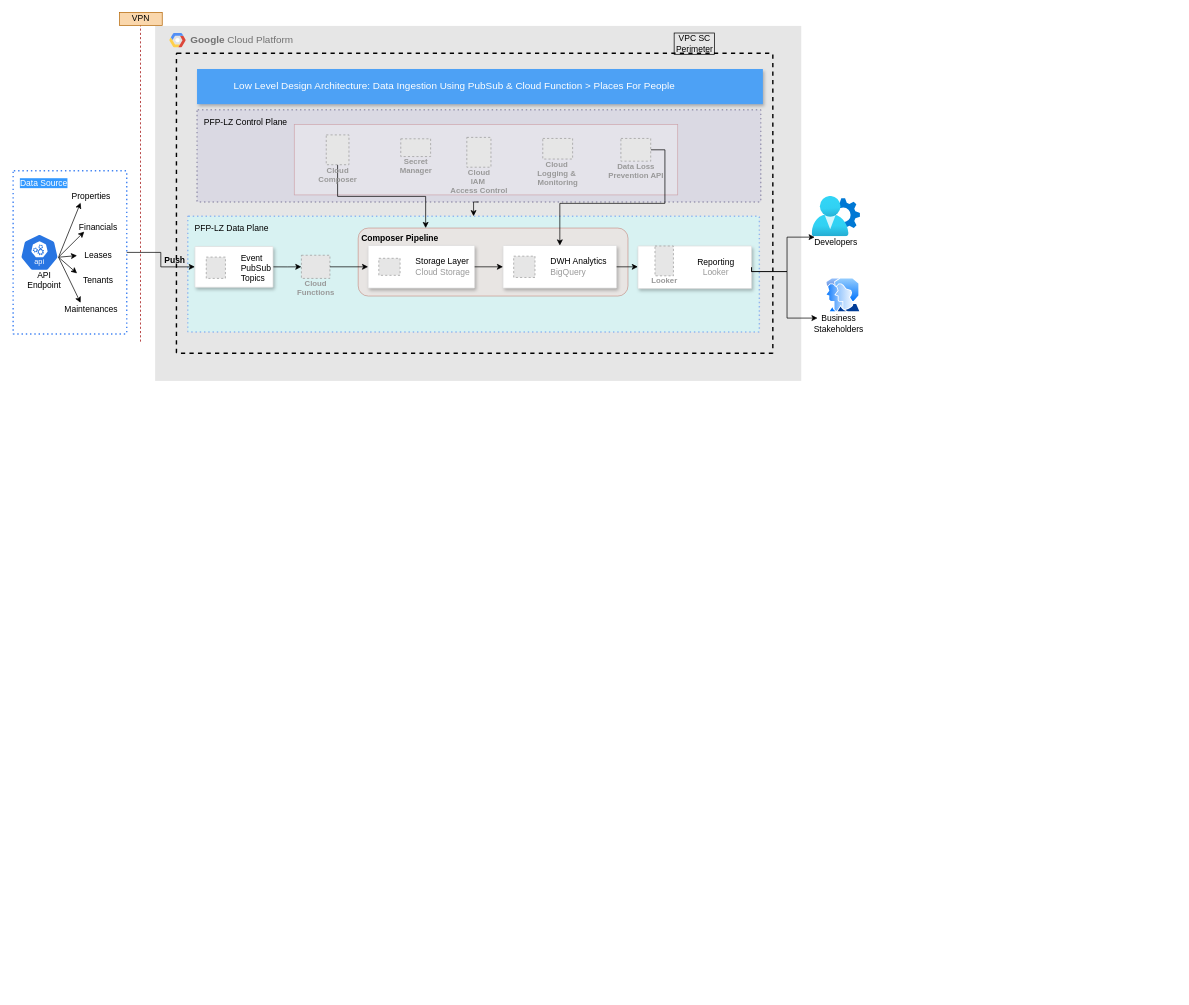
Above: PFP-Sample/PFP-Access-Control.drawio in harshaldharme/ProjectSpaces (draw.io), before the change. Source tidied: cells renumbered, new cells numbered last; positions are measured from the earlier drawing's top-left corner, leaving out a move shared by most shapes. Both pictures are drawn from the tidied source at 71%, with x=0, y=0 at pixel (13, 12). Pictures stored in the file or linked from it are replaced by grey dashed boxes.
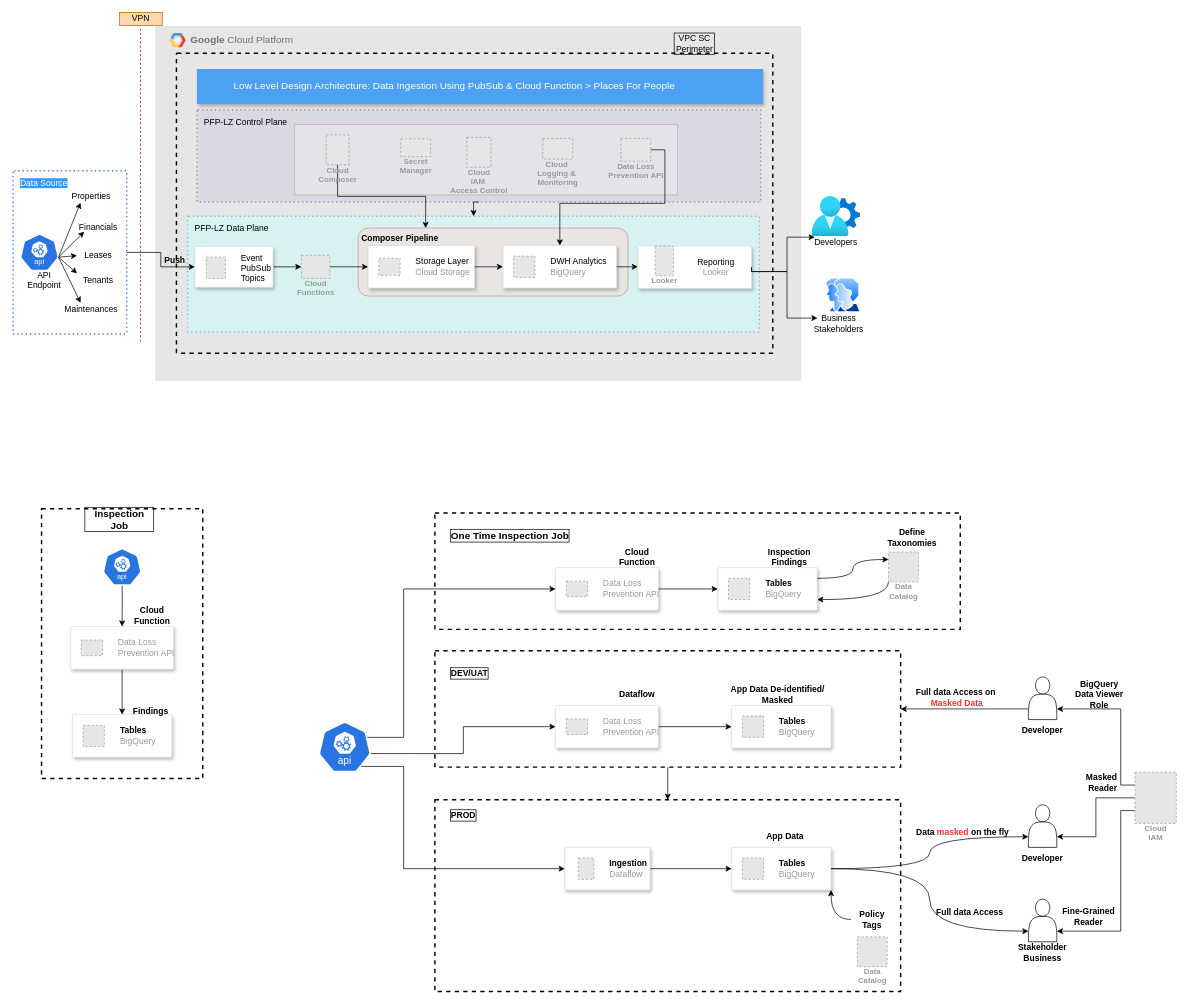
The same diagram, later.

The edit, as a diff of the source:
```diff
@@
+    <mxCell id="60" style="rounded=0;fillColor=none;strokeColor=#000000;dashed=1;perimeterSpacing=0;labelBorderColor=none;html=1;verticalAlign=top;strokeWidth=2;" parent="1" vertex="1">
+      <mxGeometry x="594" y="705" width="740" height="164" as="geometry" />
+    </mxCell>
+    <mxCell id="61" style="rounded=0;fillColor=none;strokeColor=#000000;dashed=1;perimeterSpacing=0;labelBorderColor=none;html=1;verticalAlign=top;strokeWidth=2;" parent="1" vertex="1">
+      <mxGeometry x="40" y="699" width="227.1" height="380" as="geometry" />
+    </mxCell>
@@
+    <mxCell id="62" style="edgeStyle=orthogonalEdgeStyle;rounded=0;jettySize=auto;html=1;exitX=0.5;exitY=1;exitDx=0;exitDy=0;exitPerimeter=0;entryX=0.5;entryY=0;entryDx=0;entryDy=0;" parent="1" edge="1" source="63" target="65">
+      <mxGeometry relative="1" as="geometry" />
+    </mxCell>
+    <mxCell id="63" style="sketch=0;html=1;dashed=0;whitespace=wrap;verticalLabelPosition=bottom;verticalAlign=top;fillColor=#2875E2;strokeColor=#ffffff;points=[[0.005,0.63,0],[0.1,0.2,0],[0.9,0.2,0],[0.5,0,0],[0.995,0.63,0],[0.72,0.99,0],[0.5,1,0],[0.28,0.99,0]];shape=mxgraph.kubernetes.icon2;kubernetesLabel=1;prIcon=api;" parent="1" vertex="1">
+      <mxGeometry x="126.5" y="755" width="54.2" height="52" as="geometry" />
+    </mxCell>
+    <mxCell id="64" style="edgeStyle=orthogonalEdgeStyle;rounded=0;jettySize=auto;html=1;exitX=0.5;exitY=1;exitDx=0;exitDy=0;entryX=0.5;entryY=0;entryDx=0;entryDy=0;" parent="1" edge="1" source="65" target="67">
+      <mxGeometry relative="1" as="geometry" />
+    </mxCell>
+    <mxCell id="65" style="strokeColor=#dddddd;shadow=1;strokeWidth=1;rounded=1;absoluteArcSize=1;arcSize=2;" parent="1" vertex="1">
+      <mxGeometry x="81" y="865" width="145" height="60" as="geometry" />
+    </mxCell>
+    <mxCell id="66" value="Data Loss&#10;Prevention API" style="fillColor=#E6E6E6;strokeColor=#999999;dashed=1;html=1;fontColor=#999999;verticalLabelPosition=middle;verticalAlign=middle;labelPosition=right;align=left;spacingLeft=20;" parent="65" vertex="1">
+      <mxGeometry width="30" height="22" relative="1" as="geometry">
+        <mxPoint x="15" y="19" as="offset" />
+      </mxGeometry>
+    </mxCell>
+    <mxCell id="67" style="strokeColor=#dddddd;shadow=1;strokeWidth=1;rounded=1;absoluteArcSize=1;arcSize=2;" parent="1" vertex="1">
+      <mxGeometry x="83.5" y="989" width="140" height="60" as="geometry" />
+    </mxCell>
+    <mxCell id="68" value="&lt;div&gt;&lt;font color=&quot;#000000&quot;&gt;&lt;b&gt;Tables&lt;/b&gt;&lt;/font&gt;&lt;br&gt;BigQuery&lt;/div&gt;" style="fillColor=#E6E6E6;strokeColor=#999999;dashed=1;html=1;fontColor=#999999;verticalLabelPosition=middle;verticalAlign=middle;labelPosition=right;align=left;spacingLeft=20;" parent="67" vertex="1">
+      <mxGeometry width="30" height="30" relative="1" as="geometry">
+        <mxPoint x="15" y="15" as="offset" />
+      </mxGeometry>
+    </mxCell>
+    <mxCell id="69" value="&lt;b&gt;Cloud Function&lt;/b&gt;" style="text;html=1;align=center;verticalAlign=middle;whiteSpace=wrap;rounded=0;" parent="1" vertex="1">
+      <mxGeometry x="166" y="835" width="60" height="30" as="geometry" />
+    </mxCell>
+    <mxCell id="70" value="&lt;b&gt;&lt;font style=&quot;font-size: 14px;&quot;&gt;Inspection Job&lt;/font&gt;&lt;/b&gt;" style="text;html=1;align=center;verticalAlign=middle;whiteSpace=wrap;rounded=0;labelBorderColor=default;" parent="1" vertex="1">
+      <mxGeometry x="100" y="699" width="100" height="30" as="geometry" />
+    </mxCell>
+    <mxCell id="71" value="&lt;b&gt;Findings&lt;/b&gt;" style="text;html=1;align=center;verticalAlign=middle;whiteSpace=wrap;rounded=0;" parent="1" vertex="1">
+      <mxGeometry x="164" y="969" width="60" height="30" as="geometry" />
+    </mxCell>
+    <mxCell id="72" value="&lt;b&gt;&lt;font style=&quot;font-size: 14px;&quot;&gt;One Time Inspection Job&lt;/font&gt;&lt;/b&gt;" style="text;html=1;align=left;verticalAlign=middle;whiteSpace=wrap;rounded=0;labelBorderColor=default;" parent="1" vertex="1">
+      <mxGeometry x="614" y="722" width="210" height="30" as="geometry" />
+    </mxCell>
+    <mxCell id="73" style="group;" parent="1" vertex="1">
+      <mxGeometry x="764" y="752" width="145" height="90" as="geometry" />
+    </mxCell>
+    <mxCell id="74" style="strokeColor=#dddddd;shadow=1;strokeWidth=1;rounded=1;absoluteArcSize=1;arcSize=2;" parent="73" vertex="1">
+      <mxGeometry y="30" width="145" height="60" as="geometry" />
+    </mxCell>
+    <mxCell id="75" value="Data Loss&#10;Prevention API" style="fillColor=#E6E6E6;strokeColor=#999999;dashed=1;html=1;fontColor=#999999;verticalLabelPosition=middle;verticalAlign=middle;labelPosition=right;align=left;spacingLeft=20;" parent="74" vertex="1">
+      <mxGeometry width="30" height="22" relative="1" as="geometry">
+        <mxPoint x="15" y="19" as="offset" />
+      </mxGeometry>
+    </mxCell>
+    <mxCell id="76" value="&lt;b&gt;Cloud Function&lt;/b&gt;" style="text;html=1;align=center;verticalAlign=middle;whiteSpace=wrap;rounded=0;" parent="73" vertex="1">
+      <mxGeometry x="85" width="60" height="30" as="geometry" />
+    </mxCell>
+    <mxCell id="77" style="group;" parent="1" vertex="1">
+      <mxGeometry x="992.5" y="762" width="140.5" height="80" as="geometry" />
+    </mxCell>
+    <mxCell id="78" style="strokeColor=#dddddd;shadow=1;strokeWidth=1;rounded=1;absoluteArcSize=1;arcSize=2;" parent="77" vertex="1">
+      <mxGeometry y="20" width="140" height="60" as="geometry" />
+    </mxCell>
+    <mxCell id="79" value="&lt;div&gt;&lt;font color=&quot;#000000&quot;&gt;&lt;b&gt;Tables&lt;/b&gt;&lt;/font&gt;&lt;br&gt;BigQuery&lt;/div&gt;" style="fillColor=#E6E6E6;strokeColor=#999999;dashed=1;html=1;fontColor=#999999;verticalLabelPosition=middle;verticalAlign=middle;labelPosition=right;align=left;spacingLeft=20;" parent="78" vertex="1">
+      <mxGeometry width="30" height="30" relative="1" as="geometry">
+        <mxPoint x="15" y="15" as="offset" />
+      </mxGeometry>
+    </mxCell>
+    <mxCell id="80" value="&lt;b&gt;Inspection Findings&lt;/b&gt;" style="text;html=1;align=center;verticalAlign=middle;whiteSpace=wrap;rounded=0;" parent="77" vertex="1">
+      <mxGeometry x="60" y="-10" width="80.5" height="30" as="geometry" />
+    </mxCell>
+    <mxCell id="81" style="edgeStyle=orthogonalEdgeStyle;rounded=0;jettySize=auto;html=1;exitX=1;exitY=0.5;exitDx=0;exitDy=0;entryX=0;entryY=0.5;entryDx=0;entryDy=0;" parent="1" edge="1" source="74" target="78">
+      <mxGeometry relative="1" as="geometry" />
+    </mxCell>
+    <mxCell id="82" style="edgeStyle=orthogonalEdgeStyle;rounded=0;jettySize=auto;html=1;exitX=0.5;exitY=1;exitDx=0;exitDy=0;entryX=0.5;entryY=0;entryDx=0;entryDy=0;" parent="1" edge="1" source="83" target="94">
+      <mxGeometry relative="1" as="geometry" />
+    </mxCell>
+    <mxCell id="83" style="rounded=0;fillColor=none;strokeColor=#000000;dashed=1;perimeterSpacing=0;labelBorderColor=none;html=1;verticalAlign=top;strokeWidth=2;" parent="1" vertex="1">
+      <mxGeometry x="594" y="899" width="656" height="164" as="geometry" />
+    </mxCell>
+    <mxCell id="84" value="&lt;b&gt;DEV/UAT&lt;/b&gt;" style="text;html=1;align=left;verticalAlign=middle;whiteSpace=wrap;rounded=0;labelBorderColor=default;" parent="1" vertex="1">
+      <mxGeometry x="614" y="916" width="210" height="30" as="geometry" />
+    </mxCell>
+    <mxCell id="85" style="group;" parent="1" vertex="1">
+      <mxGeometry x="764" y="946" width="145" height="90" as="geometry" />
+    </mxCell>
+    <mxCell id="86" style="strokeColor=#dddddd;shadow=1;strokeWidth=1;rounded=1;absoluteArcSize=1;arcSize=2;" parent="85" vertex="1">
+      <mxGeometry y="30" width="145" height="60" as="geometry" />
+    </mxCell>
+    <mxCell id="87" value="Data Loss&#10;Prevention API" style="fillColor=#E6E6E6;strokeColor=#999999;dashed=1;html=1;fontColor=#999999;verticalLabelPosition=middle;verticalAlign=middle;labelPosition=right;align=left;spacingLeft=20;" parent="86" vertex="1">
+      <mxGeometry width="30" height="22" relative="1" as="geometry">
+        <mxPoint x="15" y="19" as="offset" />
+      </mxGeometry>
+    </mxCell>
+    <mxCell id="88" value="&lt;b&gt;Dataflow&lt;/b&gt;" style="text;html=1;align=center;verticalAlign=middle;whiteSpace=wrap;rounded=0;" parent="85" vertex="1">
+      <mxGeometry x="85" width="60" height="30" as="geometry" />
+    </mxCell>
+    <mxCell id="89" style="group;" parent="1" vertex="1">
+      <mxGeometry x="1012" y="956" width="140.5" height="80" as="geometry" />
+    </mxCell>
+    <mxCell id="90" style="strokeColor=#dddddd;shadow=1;strokeWidth=1;rounded=1;absoluteArcSize=1;arcSize=2;" parent="89" vertex="1">
+      <mxGeometry y="20" width="140" height="60" as="geometry" />
+    </mxCell>
+    <mxCell id="91" value="&lt;div&gt;&lt;font color=&quot;#000000&quot;&gt;&lt;b&gt;Tables&lt;/b&gt;&lt;/font&gt;&lt;br&gt;BigQuery&lt;/div&gt;" style="fillColor=#E6E6E6;strokeColor=#999999;dashed=1;html=1;fontColor=#999999;verticalLabelPosition=middle;verticalAlign=middle;labelPosition=right;align=left;spacingLeft=20;" parent="90" vertex="1">
+      <mxGeometry width="30" height="30" relative="1" as="geometry">
+        <mxPoint x="15" y="15" as="offset" />
+      </mxGeometry>
+    </mxCell>
+    <mxCell id="92" value="&lt;b&gt;App Data De-identified/ Masked&lt;/b&gt;" style="text;html=1;align=center;verticalAlign=middle;whiteSpace=wrap;rounded=0;" parent="89" vertex="1">
+      <mxGeometry x="-10" y="-10" width="150" height="30" as="geometry" />
+    </mxCell>
+    <mxCell id="93" style="edgeStyle=orthogonalEdgeStyle;rounded=0;jettySize=auto;html=1;exitX=1;exitY=0.5;exitDx=0;exitDy=0;entryX=0;entryY=0.5;entryDx=0;entryDy=0;" parent="1" edge="1" source="86" target="90">
+      <mxGeometry relative="1" as="geometry" />
+    </mxCell>
+    <mxCell id="94" style="rounded=0;fillColor=none;strokeColor=#000000;dashed=1;perimeterSpacing=0;labelBorderColor=none;html=1;verticalAlign=top;strokeWidth=2;" parent="1" vertex="1">
+      <mxGeometry x="594" y="1109" width="656" height="270" as="geometry" />
+    </mxCell>
+    <mxCell id="95" value="&lt;b&gt;PROD&lt;/b&gt;" style="text;html=1;align=left;verticalAlign=middle;whiteSpace=wrap;rounded=0;labelBorderColor=default;" parent="1" vertex="1">
+      <mxGeometry x="614" y="1116" width="210" height="30" as="geometry" />
+    </mxCell>
+    <mxCell id="96" style="group;" parent="1" vertex="1">
+      <mxGeometry x="1012" y="1156" width="140.5" height="80" as="geometry" />
+    </mxCell>
+    <mxCell id="97" style="strokeColor=#dddddd;shadow=1;strokeWidth=1;rounded=1;absoluteArcSize=1;arcSize=2;" parent="96" vertex="1">
+      <mxGeometry y="20" width="140" height="60" as="geometry" />
+    </mxCell>
+    <mxCell id="98" value="&lt;div&gt;&lt;font color=&quot;#000000&quot;&gt;&lt;b&gt;Tables&lt;/b&gt;&lt;/font&gt;&lt;br&gt;BigQuery&lt;/div&gt;" style="fillColor=#E6E6E6;strokeColor=#999999;dashed=1;html=1;fontColor=#999999;verticalLabelPosition=middle;verticalAlign=middle;labelPosition=right;align=left;spacingLeft=20;" parent="97" vertex="1">
+      <mxGeometry width="30" height="30" relative="1" as="geometry">
+        <mxPoint x="15" y="15" as="offset" />
+      </mxGeometry>
+    </mxCell>
+    <mxCell id="99" value="&lt;b&gt;App Data&lt;/b&gt;" style="text;html=1;align=center;verticalAlign=middle;whiteSpace=wrap;rounded=0;" parent="96" vertex="1">
+      <mxGeometry x="9.5" y="-10" width="130.5" height="30" as="geometry" />
+    </mxCell>
+    <mxCell id="100" style="edgeStyle=orthogonalEdgeStyle;rounded=0;jettySize=auto;html=1;exitX=1;exitY=0.5;exitDx=0;exitDy=0;entryX=0;entryY=0.5;entryDx=0;entryDy=0;" parent="1" edge="1" source="101" target="97">
+      <mxGeometry relative="1" as="geometry" />
+    </mxCell>
+    <mxCell id="101" style="strokeColor=#dddddd;shadow=1;strokeWidth=1;rounded=1;absoluteArcSize=1;arcSize=2;" parent="1" vertex="1">
+      <mxGeometry x="777" y="1176" width="120" height="60" as="geometry" />
+    </mxCell>
+    <mxCell id="102" value="&lt;font color=&quot;#000000&quot;&gt;&lt;b&gt;Ingestion&lt;/b&gt;&lt;/font&gt;&lt;br&gt;Dataflow" style="fillColor=#E6E6E6;strokeColor=#999999;dashed=1;html=1;fontColor=#999999;verticalLabelPosition=middle;verticalAlign=middle;labelPosition=right;align=left;spacingLeft=20;" parent="101" vertex="1">
+      <mxGeometry width="22" height="30" relative="1" as="geometry">
+        <mxPoint x="19" y="15" as="offset" />
+      </mxGeometry>
+    </mxCell>
+    <mxCell id="103" style="edgeStyle=orthogonalEdgeStyle;rounded=0;jettySize=auto;html=1;exitX=0;exitY=1;exitDx=0;exitDy=0;entryX=1;entryY=0.75;entryDx=0;entryDy=0;curved=1;" parent="1" edge="1" source="104" target="78">
+      <mxGeometry relative="1" as="geometry" />
+    </mxCell>
+    <mxCell id="104" value="Data&#10;Catalog" style="fillColor=#E6E6E6;strokeColor=#999999;dashed=1;html=1;verticalAlign=top;labelPosition=center;verticalLabelPosition=bottom;align=center;spacingTop=-6;fontSize=11;fontStyle=1;fontColor=#999999;" parent="1" vertex="1">
+      <mxGeometry x="1233" y="760" width="42" height="42" as="geometry" />
+    </mxCell>
+    <mxCell id="105" style="edgeStyle=orthogonalEdgeStyle;rounded=0;jettySize=auto;html=1;exitX=1;exitY=0.25;exitDx=0;exitDy=0;entryX=0;entryY=0.25;entryDx=0;entryDy=0;curved=1;" parent="1" edge="1" source="78" target="104">
+      <mxGeometry relative="1" as="geometry" />
+    </mxCell>
+    <mxCell id="106" style="group;" parent="1" vertex="1">
+      <mxGeometry x="1420" y="936" width="60" height="90" as="geometry" />
+    </mxCell>
+    <mxCell id="107" style="shape=actor;whiteSpace=wrap;html=1;" parent="106" vertex="1">
+      <mxGeometry x="10" width="40" height="60" as="geometry" />
+    </mxCell>
+    <mxCell id="108" value="&lt;b&gt;Developer&lt;/b&gt;" style="text;html=1;align=center;verticalAlign=middle;whiteSpace=wrap;rounded=0;" parent="106" vertex="1">
+      <mxGeometry y="60" width="60" height="30" as="geometry" />
+    </mxCell>
+    <mxCell id="109" style="group;" parent="1" vertex="1">
+      <mxGeometry x="1420" y="1116" width="60" height="90" as="geometry" />
+    </mxCell>
+    <mxCell id="110" style="shape=actor;whiteSpace=wrap;html=1;" parent="109" vertex="1">
+      <mxGeometry x="10" width="40" height="60" as="geometry" />
+    </mxCell>
+    <mxCell id="111" value="&lt;b&gt;Developer&lt;/b&gt;" style="text;html=1;align=center;verticalAlign=middle;whiteSpace=wrap;rounded=0;" parent="109" vertex="1">
+      <mxGeometry y="60" width="60" height="30" as="geometry" />
+    </mxCell>
+    <mxCell id="112" value="Full data Access on&amp;nbsp;&lt;div&gt;&lt;font color=&quot;#ff3333&quot;&gt;Masked Data&lt;/font&gt;&lt;/div&gt;" style="text;html=1;align=center;verticalAlign=middle;whiteSpace=wrap;rounded=0;fontStyle=1;" parent="1" vertex="1">
+      <mxGeometry x="1242" y="946" width="175" height="37" as="geometry" />
+    </mxCell>
+    <mxCell id="113" style="edgeStyle=orthogonalEdgeStyle;rounded=0;jettySize=auto;html=1;exitX=0;exitY=0.5;exitDx=0;exitDy=0;entryX=1;entryY=1;entryDx=0;entryDy=0;curved=1;" parent="1" edge="1" source="116" target="97">
+      <mxGeometry relative="1" as="geometry" />
+    </mxCell>
+    <mxCell id="114" style="group;" parent="1" vertex="1">
+      <mxGeometry x="1180" y="1259" width="60" height="85" as="geometry" />
+    </mxCell>
+    <mxCell id="115" value="Data&#10;Catalog" style="fillColor=#E6E6E6;strokeColor=#999999;dashed=1;html=1;verticalAlign=top;labelPosition=center;verticalLabelPosition=bottom;align=center;spacingTop=-6;fontSize=11;fontStyle=1;fontColor=#999999;" parent="114" vertex="1">
+      <mxGeometry x="9" y="43" width="42" height="42" as="geometry" />
+    </mxCell>
+    <mxCell id="116" value="Policy Tags" style="text;html=1;align=center;verticalAlign=middle;whiteSpace=wrap;rounded=0;fontStyle=1;" parent="114" vertex="1">
+      <mxGeometry width="60" height="37" as="geometry" />
+    </mxCell>
+    <mxCell id="117" style="edgeStyle=orthogonalEdgeStyle;rounded=0;jettySize=auto;html=1;exitX=0;exitY=0.75;exitDx=0;exitDy=0;entryX=1;entryY=0.5;entryDx=0;entryDy=0;" parent="1" edge="1" source="107" target="83">
+      <mxGeometry relative="1" as="geometry" />
+    </mxCell>
+    <mxCell id="118" style="group;" parent="1" vertex="1">
+      <mxGeometry x="1420" y="1249" width="60" height="90" as="geometry" />
+    </mxCell>
+    <mxCell id="119" style="shape=actor;whiteSpace=wrap;html=1;" parent="118" vertex="1">
+      <mxGeometry x="10" width="40" height="60" as="geometry" />
+    </mxCell>
+    <mxCell id="120" value="&lt;b&gt;Stakeholder&lt;/b&gt;&lt;div&gt;&lt;b&gt;Business&lt;/b&gt;&lt;/div&gt;" style="text;html=1;align=center;verticalAlign=middle;whiteSpace=wrap;rounded=0;" parent="118" vertex="1">
+      <mxGeometry y="60" width="60" height="30" as="geometry" />
+    </mxCell>
+    <mxCell id="121" style="edgeStyle=orthogonalEdgeStyle;rounded=0;jettySize=auto;html=1;exitX=0;exitY=0.75;exitDx=0;exitDy=0;entryX=1;entryY=0.5;entryDx=0;entryDy=0;curved=1;startArrow=classic;startFill=1;endArrow=none;endFill=0;" parent="1" edge="1" source="119" target="97">
+      <mxGeometry relative="1" as="geometry" />
+    </mxCell>
+    <mxCell id="122" style="edgeStyle=orthogonalEdgeStyle;rounded=0;jettySize=auto;html=1;exitX=1;exitY=0.5;exitDx=0;exitDy=0;entryX=0;entryY=0.75;entryDx=0;entryDy=0;curved=1;" parent="1" edge="1" source="97" target="110">
+      <mxGeometry relative="1" as="geometry" />
+    </mxCell>
+    <mxCell id="123" value="Data &lt;font color=&quot;#ff3333&quot;&gt;masked&lt;/font&gt; on the fly" style="text;html=1;align=center;verticalAlign=middle;whiteSpace=wrap;rounded=0;fontStyle=1;" parent="1" vertex="1">
+      <mxGeometry x="1250" y="1136" width="175" height="37" as="geometry" />
+    </mxCell>
+    <mxCell id="124" value="Full data Access" style="text;html=1;align=center;verticalAlign=middle;whiteSpace=wrap;rounded=0;fontStyle=1;" parent="1" vertex="1">
+      <mxGeometry x="1260" y="1249" width="175" height="37" as="geometry" />
+    </mxCell>
+    <mxCell id="125" style="edgeStyle=orthogonalEdgeStyle;rounded=0;jettySize=auto;html=1;exitX=0.9;exitY=0.2;exitDx=0;exitDy=0;exitPerimeter=0;entryX=0;entryY=0.5;entryDx=0;entryDy=0;" parent="1" edge="1" source="128" target="74">
+      <mxGeometry relative="1" as="geometry">
+        <Array as="points">
+          <mxPoint x="550" y="1021" />
+          <mxPoint x="550" y="812" />
+        </Array>
+      </mxGeometry>
+    </mxCell>
+    <mxCell id="126" style="edgeStyle=orthogonalEdgeStyle;rounded=0;jettySize=auto;html=1;exitX=0.995;exitY=0.63;exitDx=0;exitDy=0;exitPerimeter=0;entryX=0;entryY=0.5;entryDx=0;entryDy=0;" parent="1" edge="1" source="128" target="86">
+      <mxGeometry relative="1" as="geometry" />
+    </mxCell>
+    <mxCell id="127" style="edgeStyle=orthogonalEdgeStyle;rounded=0;jettySize=auto;html=1;exitX=0.72;exitY=0.99;exitDx=0;exitDy=0;exitPerimeter=0;entryX=0;entryY=0.5;entryDx=0;entryDy=0;" parent="1" edge="1" source="128" target="101">
+      <mxGeometry relative="1" as="geometry">
+        <Array as="points">
+          <mxPoint x="550" y="1062" />
+          <mxPoint x="550" y="1206" />
+        </Array>
+      </mxGeometry>
+    </mxCell>
+    <mxCell id="128" style="sketch=0;html=1;dashed=0;whitespace=wrap;verticalLabelPosition=bottom;verticalAlign=top;fillColor=#2875E2;strokeColor=#ffffff;points=[[0.005,0.63,0],[0.1,0.2,0],[0.9,0.2,0],[0.5,0,0],[0.995,0.63,0],[0.72,0.99,0],[0.5,1,0],[0.28,0.99,0]];shape=mxgraph.kubernetes.icon2;kubernetesLabel=1;prIcon=api;" parent="1" vertex="1">
+      <mxGeometry x="430" y="999" width="74.2" height="71.2" as="geometry" />
+    </mxCell>
+    <mxCell id="129" style="edgeStyle=orthogonalEdgeStyle;rounded=0;jettySize=auto;html=1;exitX=0;exitY=0.25;exitDx=0;exitDy=0;entryX=1;entryY=0.75;entryDx=0;entryDy=0;" parent="1" edge="1" source="132" target="107">
+      <mxGeometry relative="1" as="geometry">
+        <Array as="points">
+          <mxPoint x="1560" y="1088" />
+          <mxPoint x="1560" y="981" />
+        </Array>
+      </mxGeometry>
+    </mxCell>
+    <mxCell id="130" style="edgeStyle=orthogonalEdgeStyle;rounded=0;jettySize=auto;html=1;exitX=0;exitY=0.5;exitDx=0;exitDy=0;entryX=1;entryY=0.75;entryDx=0;entryDy=0;" parent="1" edge="1" source="132" target="110">
+      <mxGeometry relative="1" as="geometry" />
+    </mxCell>
+    <mxCell id="131" style="edgeStyle=orthogonalEdgeStyle;rounded=0;jettySize=auto;html=1;exitX=0;exitY=0.75;exitDx=0;exitDy=0;entryX=1;entryY=0.75;entryDx=0;entryDy=0;" parent="1" edge="1" source="132" target="119">
+      <mxGeometry relative="1" as="geometry">
+        <Array as="points">
+          <mxPoint x="1560" y="1124" />
+          <mxPoint x="1560" y="1294" />
+        </Array>
+      </mxGeometry>
+    </mxCell>
+    <mxCell id="132" value="Cloud&#10;IAM" style="fillColor=#E6E6E6;strokeColor=#999999;dashed=1;html=1;verticalAlign=top;labelPosition=center;verticalLabelPosition=bottom;align=center;spacingTop=-6;fontSize=11;fontStyle=1;fontColor=#999999;" parent="1" vertex="1">
+      <mxGeometry x="1580" y="1070.2" width="58.3" height="72" as="geometry" />
+    </mxCell>
+    <mxCell id="133" value="&lt;b&gt;BigQuery&lt;/b&gt;&lt;div&gt;&lt;b&gt;Data Viewer&lt;br&gt;Role&lt;/b&gt;&lt;/div&gt;" style="text;html=1;align=center;verticalAlign=middle;whiteSpace=wrap;rounded=0;" parent="1" vertex="1">
+      <mxGeometry x="1490" y="946" width="80" height="30" as="geometry" />
+    </mxCell>
+    <mxCell id="134" value="&lt;b&gt;Fine-Grained&lt;br&gt;Reader&lt;/b&gt;" style="text;html=1;align=center;verticalAlign=middle;whiteSpace=wrap;rounded=0;" parent="1" vertex="1">
+      <mxGeometry x="1470" y="1259" width="90" height="30" as="geometry" />
+    </mxCell>
+    <mxCell id="135" value="&lt;b&gt;Masked&amp;nbsp;&lt;/b&gt;&lt;div&gt;&lt;b&gt;Reader&lt;/b&gt;&lt;/div&gt;" style="text;html=1;align=center;verticalAlign=middle;whiteSpace=wrap;rounded=0;" parent="1" vertex="1">
+      <mxGeometry x="1500" y="1070.2" width="70" height="30" as="geometry" />
+    </mxCell>
+    <mxCell id="136" value="&lt;b&gt;Define Taxonomies&lt;/b&gt;" style="text;html=1;align=center;verticalAlign=middle;whiteSpace=wrap;rounded=0;" parent="1" vertex="1">
+      <mxGeometry x="1233" y="725" width="67" height="30" as="geometry" />
+    </mxCell>
```
